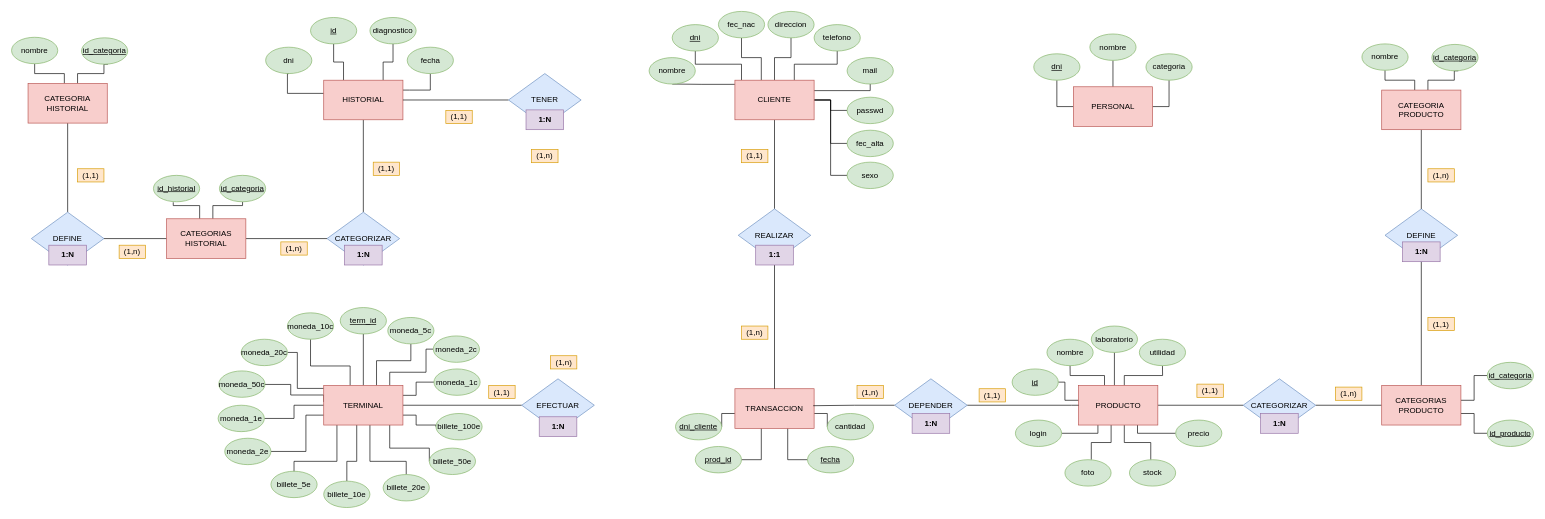
This is docs/mer.drawio from Universidad-Europea/PharmSquare, a draw.io file, before an edit. Source tidied: cells renumbered, new cells numbered last; positions are measured from the earlier drawing's top-left corner, leaving out a move shared by most shapes. Both pictures are drawn from the tidied source at 66%, with x=0, y=0 at pixel (11, 11).
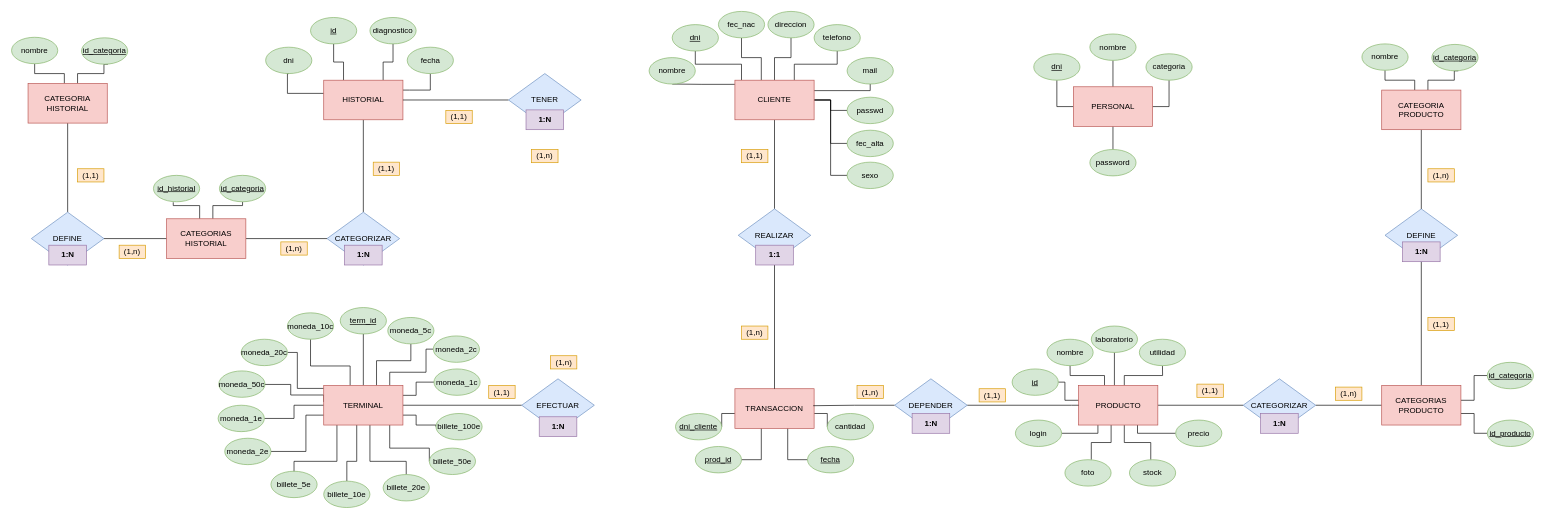
Above is the later version.

Commit message:
contraseña añadida a empleados

The change refers to these unchanged cells:
```xml
<mxCell id="54" value="PERSONAL" style="rounded=0;whiteSpace=wrap;html=1;strokeColor=#b85450;fillColor=#f8cecc;" parent="1" vertex="1">
  <mxGeometry x="1608.8" y="114" width="120" height="60" as="geometry" />
</mxCell>
```

Diff of the diagram source:
```diff
@@
+    <mxCell id="161" style="edgeStyle=orthogonalEdgeStyle;rounded=0;jettySize=auto;html=1;exitX=0.5;exitY=1;exitDx=0;exitDy=0;entryX=0.5;entryY=0;entryDx=0;entryDy=0;endArrow=none;endFill=0;" parent="1" edge="1" source="54" target="162">
+      <mxGeometry relative="1" as="geometry" />
+    </mxCell>
@@
+    <mxCell id="162" value="password" style="ellipse;whiteSpace=wrap;html=1;strokeColor=#82b366;fillColor=#d5e8d4;strokeWidth=1;" parent="1" vertex="1">
+      <mxGeometry x="1633.8" y="209" width="70" height="40" as="geometry" />
+    </mxCell>
```
